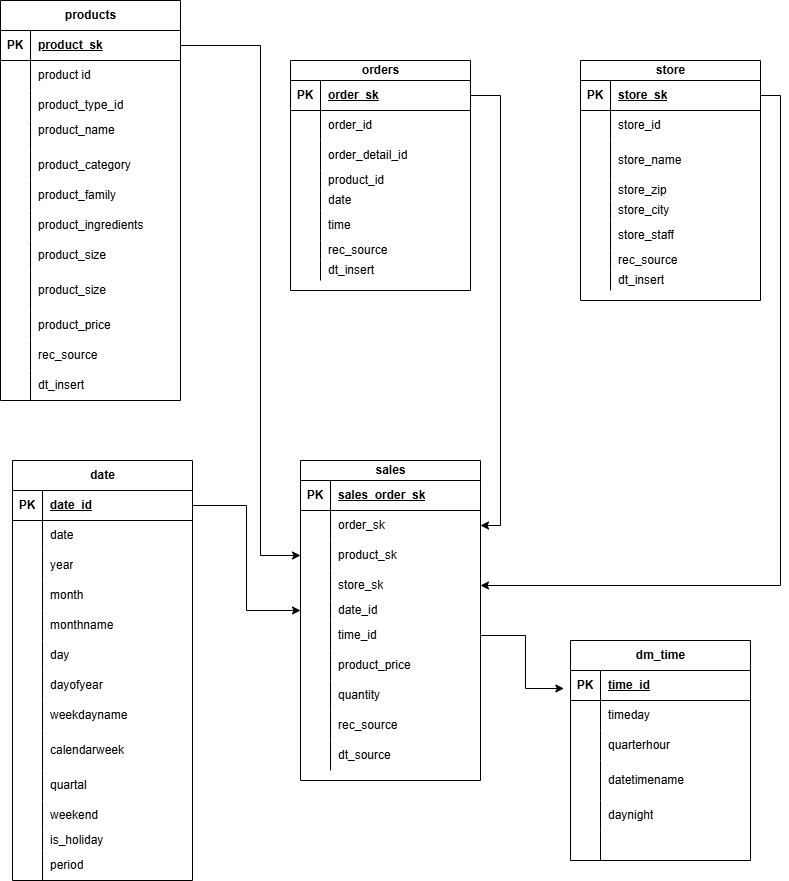
This is Dimension Modelling.drawio.png from CynthiaKiplagat/Data-Warehouse-Design-Project, a draw.io export, as it was before one commit. Source tidied: cells renumbered, new cells last; positions are measured from the earlier drawing's top-left corner, leaving out a move shared by most shapes.
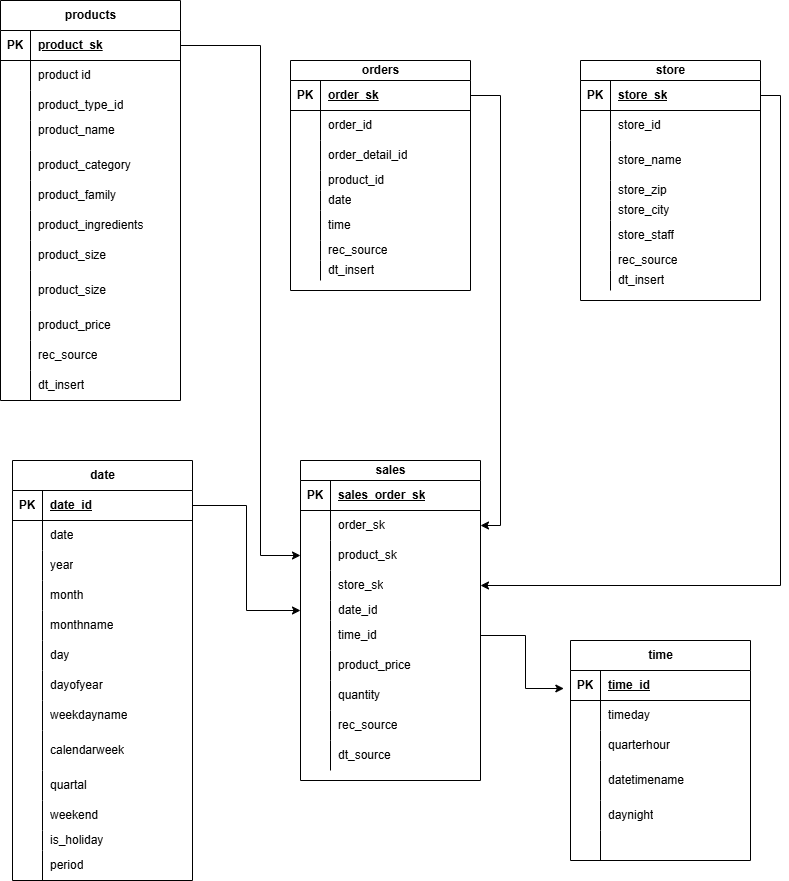
Above is the later version.

What changed in the source:
```diff
@@ -476,7 +476,7 @@
     <mxCell id="159" value="dt_insert" style="shape=partialRectangle;fillColor=none;top=0;left=0;bottom=0;right=0;align=left;spacingLeft=6;overflow=hidden;whiteSpace=wrap;html=1;" parent="157" vertex="1">
       <mxGeometry x="30" width="150" height="20" as="geometry" />
     </mxCell>
-    <mxCell id="160" value="dm_time" style="shape=table;startSize=30;rowLines=0;fontStyle=1;align=center;html=1;" parent="1" vertex="1">
+    <mxCell id="160" value="time" style="shape=table;startSize=30;rowLines=0;fontStyle=1;align=center;html=1;" parent="1" vertex="1">
       <mxGeometry x="570" y="640" width="180" height="220" as="geometry" />
     </mxCell>
     <mxCell id="161" style="shape=tableRow;horizontal=0;startSize=0;swimlaneHead=0;swimlaneBody=0;fillColor=none;points=[[0,0.5],[1,0.5]];portConstraint=eastwest;top=0;left=0;right=0;bottom=1;" parent="160" vertex="1">
```
